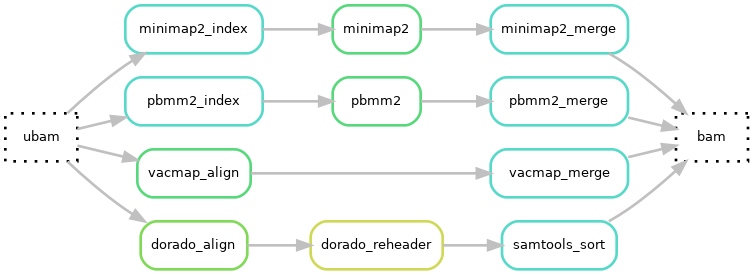
Before: docs/images/alignment.longread.png, a diagram exported from Graphviz (hydra-genetics/alignment). Its source is kept beside it as docs/images/alignment.longread.dot.
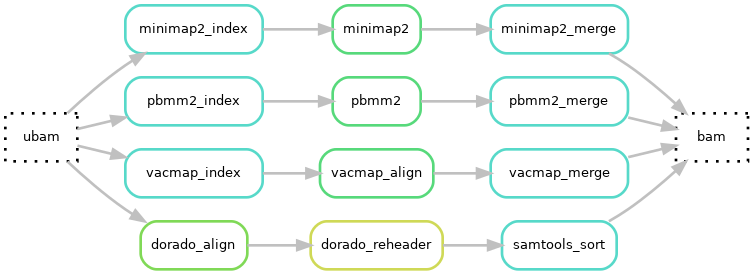
After the change.

Commit message:
fix: build the vacmap index once in a vacmap_index rule

The edit, as a diff of the source:
```diff
@@ -70,7 +70,12 @@
 		height=0.5,
 		label=vacmap_merge,
 		width=1.4306];
-	10 -> 8
+	15	[color="0.48 0.6 0.85",
+		height=0.5,
+		label=vacmap_index,
+		width=1.4306];
+	10 -> 15
+	15 -> 8
 	8 -> 9
 	9 -> 0
 	11	[color="0.28 0.6 0.85",
```
